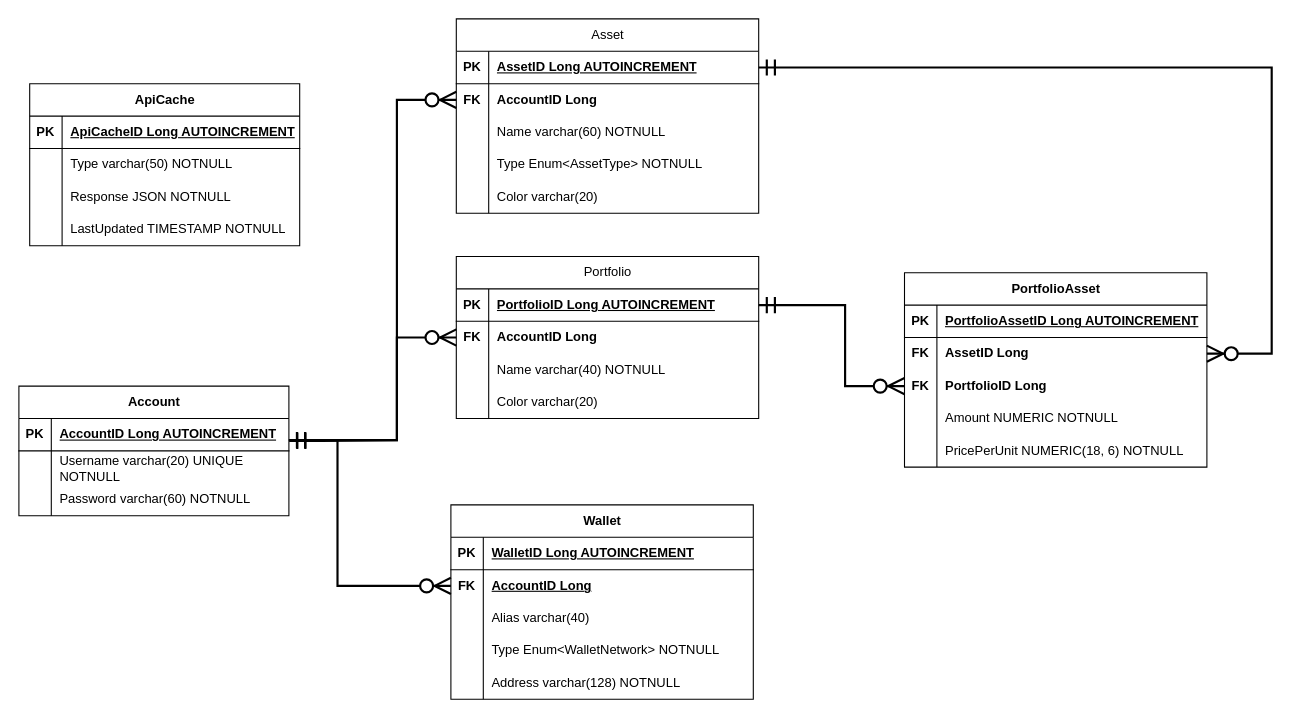
Above: page "ERD" (2 of 4) of documentation/diagrams/Panoptium.drawio in Rozhkov109/panoptium (draw.io), before the change. Source tidied: cells renumbered, new cells numbered last; positions are measured from the earlier drawing's top-left corner, leaving out a move shared by most shapes. Both pictures are drawn from the tidied source at 108%, with x=0, y=0 at pixel (18, 18).
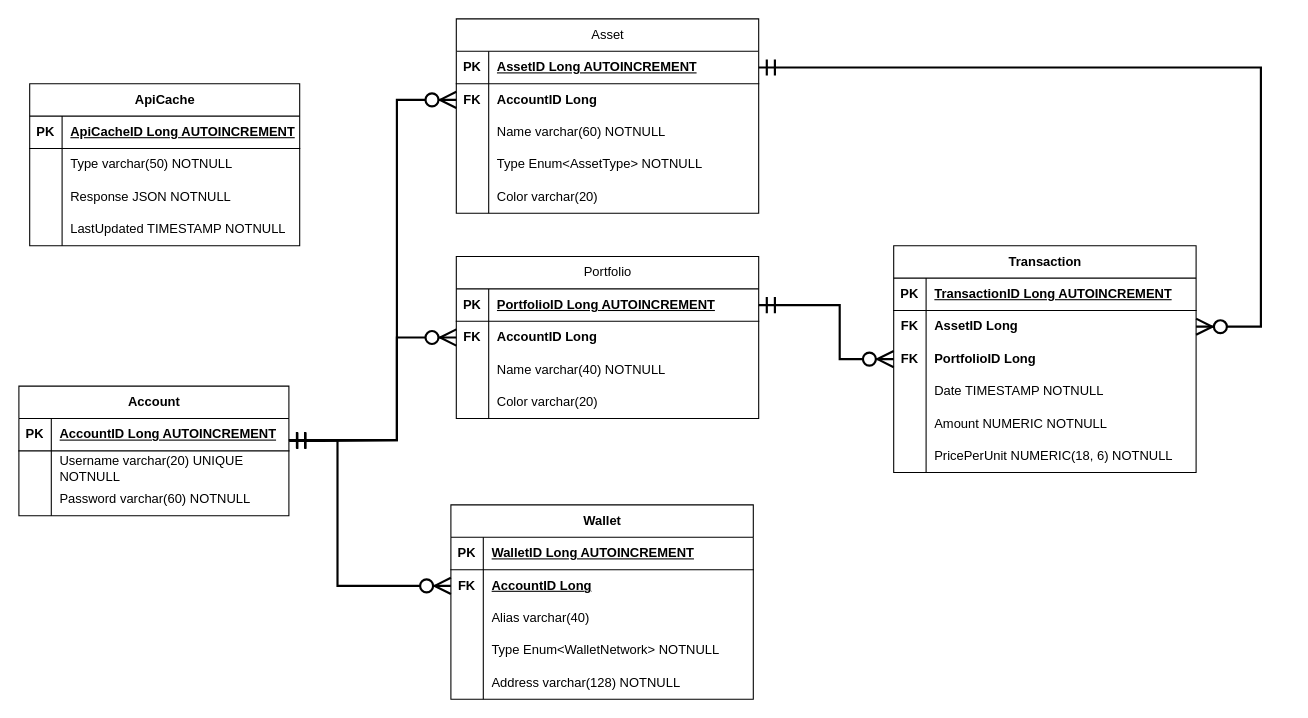
The same diagram, later.

Unchanged cells that the change refers to:
```xml
<mxCell id="3" style="shape=tableRow;horizontal=0;startSize=0;swimlaneHead=0;swimlaneBody=0;fillColor=none;points=[[0,0.5],[1,0.5]];portConstraint=eastwest;top=0;left=0;right=0;bottom=1;" parent="2" vertex="1">
  <mxGeometry y="30" width="250" height="30" as="geometry" />
</mxCell>
<mxCell id="42" style="shape=tableRow;horizontal=0;startSize=0;swimlaneHead=0;swimlaneBody=0;fillColor=none;points=[[0,0.5],[1,0.5]];portConstraint=eastwest;top=0;left=0;right=0;bottom=1;" parent="41" vertex="1">
  <mxGeometry y="30" width="280" height="30" as="geometry" />
</mxCell>
<mxCell id="55" style="shape=tableRow;horizontal=0;startSize=0;swimlaneHead=0;swimlaneBody=0;fillColor=none;points=[[0,0.5],[1,0.5]];portConstraint=eastwest;top=0;left=0;right=0;bottom=1;" parent="54" vertex="1">
  <mxGeometry y="30" width="280" height="30" as="geometry" />
</mxCell>
<mxCell id="58" style="shape=tableRow;horizontal=0;startSize=0;swimlaneHead=0;swimlaneBody=0;fillColor=none;points=[[0,0.5],[1,0.5]];portConstraint=eastwest;top=0;left=0;right=0;bottom=0;" parent="54" vertex="1">
  <mxGeometry y="60" width="280" height="30" as="geometry" />
</mxCell>
```

What changed in the source:
```diff
@@
     <mxCell id="70" style="edgeStyle=orthogonalEdgeStyle;fontSize=12;html=1;endArrow=ERzeroToMany;startArrow=ERmandOne;rounded=0;endSize=12;startSize=12;strokeWidth=2;exitX=1;exitY=0.5;exitDx=0;exitDy=0;entryX=1;entryY=0.5;entryDx=0;entryDy=0;" parent="1" edge="1" source="55" target="77">
       <mxGeometry relative="1" as="geometry">
         <Array as="points">
-          <mxPoint x="1160" y="45" />
-          <mxPoint x="1160" y="310" />
+          <mxPoint x="1150" y="45" />
+          <mxPoint x="1150" y="285" />
         </Array>
       </mxGeometry>
     </mxCell>
@@
-    <mxCell id="73" value="&lt;b&gt;PortfolioAsset&lt;/b&gt;" style="shape=table;startSize=30;childLayout=tableLayout;rowLines=0;fontStyle=0;align=center;html=1;" parent="1" vertex="1">
-      <mxGeometry x="820" y="235" width="280" height="180" as="geometry" />
-    </mxCell>
+    <mxCell id="90" style="edgeStyle=orthogonalEdgeStyle;fontSize=12;html=1;endArrow=ERzeroToMany;startArrow=ERmandOne;rounded=0;exitX=1.001;exitY=0.691;exitDx=0;exitDy=0;entryX=0;entryY=0.5;entryDx=0;entryDy=0;endSize=12;startSize=12;strokeWidth=2;exitPerimeter=0;" parent="1" edge="1" source="3" target="58">
+      <mxGeometry relative="1" as="geometry">
+        <Array as="points">
+          <mxPoint x="280" y="391" />
+          <mxPoint x="350" y="390" />
+          <mxPoint x="350" y="55" />
+        </Array>
+      </mxGeometry>
+    </mxCell>
+    <mxCell id="91" value="&lt;b&gt;Transaction&lt;/b&gt;" style="shape=table;startSize=30;childLayout=tableLayout;rowLines=0;fontStyle=0;align=center;html=1;" parent="1" vertex="1">
+      <mxGeometry x="810" y="210" width="280" height="210" as="geometry" />
+    </mxCell>
-    <mxCell id="74" style="shape=tableRow;horizontal=0;startSize=0;swimlaneHead=0;swimlaneBody=0;fillColor=none;top=0;left=0;right=0;bottom=1;" parent="73" vertex="1">
+    <mxCell id="74" style="shape=tableRow;horizontal=0;startSize=0;swimlaneHead=0;swimlaneBody=0;fillColor=none;top=0;left=0;right=0;bottom=1;" parent="91" vertex="1">
       <mxGeometry y="30" width="280" height="30" as="geometry" />
     </mxCell>
@@
-    <mxCell id="76" value="PortfolioAssetID Long AUTOINCREMENT" style="shape=partialRectangle;fillColor=none;top=0;left=0;bottom=0;right=0;align=left;spacingLeft=6;fontStyle=5;overflow=hidden;whiteSpace=wrap;html=1;" parent="74" vertex="1">
-      <mxGeometry x="30" width="250" height="30" as="geometry" />
-    </mxCell>
+    <mxCell id="92" value="TransactionID Long AUTOINCREMENT" style="shape=partialRectangle;fillColor=none;top=0;left=0;bottom=0;right=0;align=left;spacingLeft=6;fontStyle=5;overflow=hidden;whiteSpace=wrap;html=1;" parent="74" vertex="1">
+      <mxGeometry x="30" width="250" height="30" as="geometry" />
+    </mxCell>
-    <mxCell id="77" style="shape=tableRow;horizontal=0;startSize=0;swimlaneHead=0;swimlaneBody=0;fillColor=none;points=[[0,0.5],[1,0.5]];portConstraint=eastwest;top=0;left=0;right=0;bottom=0;" parent="73" vertex="1">
+    <mxCell id="77" style="shape=tableRow;horizontal=0;startSize=0;swimlaneHead=0;swimlaneBody=0;fillColor=none;points=[[0,0.5],[1,0.5]];portConstraint=eastwest;top=0;left=0;right=0;bottom=0;" parent="91" vertex="1">
       <mxGeometry y="60" width="280" height="30" as="geometry" />
     </mxCell>
-    <mxCell id="78" value="&lt;b&gt;FK&lt;/b&gt;" style="shape=partialRectangle;fillColor=none;top=0;left=0;bottom=0;right=0;overflow=hidden;whiteSpace=wrap;html=1;" parent="77" vertex="1">
-      <mxGeometry width="30" height="30" as="geometry" />
-    </mxCell>
+    <mxCell id="93" value="&lt;b&gt;FK&lt;/b&gt;" style="shape=partialRectangle;fillColor=none;top=0;left=0;bottom=0;right=0;overflow=hidden;whiteSpace=wrap;html=1;" parent="77" vertex="1">
+      <mxGeometry width="30" height="30" as="geometry" />
+    </mxCell>
@@
-    <mxCell id="80" style="shape=tableRow;horizontal=0;startSize=0;swimlaneHead=0;swimlaneBody=0;fillColor=none;points=[[0,0.5],[1,0.5]];portConstraint=eastwest;top=0;left=0;right=0;bottom=0;fontStyle=1;" parent="73" vertex="1">
+    <mxCell id="80" style="shape=tableRow;horizontal=0;startSize=0;swimlaneHead=0;swimlaneBody=0;fillColor=none;points=[[0,0.5],[1,0.5]];portConstraint=eastwest;top=0;left=0;right=0;bottom=0;fontStyle=1;" parent="91" vertex="1">
       <mxGeometry y="90" width="280" height="30" as="geometry" />
     </mxCell>
-    <mxCell id="81" value="&lt;b&gt;FK&lt;/b&gt;" style="shape=partialRectangle;fillColor=none;top=0;left=0;bottom=0;right=0;overflow=hidden;whiteSpace=wrap;html=1;" parent="80" vertex="1">
-      <mxGeometry width="30" height="30" as="geometry" />
-    </mxCell>
+    <mxCell id="94" value="&lt;b&gt;FK&lt;/b&gt;" style="shape=partialRectangle;fillColor=none;top=0;left=0;bottom=0;right=0;overflow=hidden;whiteSpace=wrap;html=1;" parent="80" vertex="1">
+      <mxGeometry width="30" height="30" as="geometry" />
+    </mxCell>
@@
-    <mxCell id="83" style="shape=tableRow;horizontal=0;startSize=0;swimlaneHead=0;swimlaneBody=0;fillColor=none;top=0;left=0;right=0;bottom=0;fontStyle=1;" parent="73" vertex="1">
+    <mxCell id="83" style="shape=tableRow;horizontal=0;startSize=0;swimlaneHead=0;swimlaneBody=0;fillColor=none;top=0;left=0;right=0;bottom=0;fontStyle=1;" parent="91" vertex="1">
       <mxGeometry y="120" width="280" height="30" as="geometry" />
     </mxCell>
-    <mxCell id="84" style="shape=partialRectangle;fillColor=none;top=0;left=0;bottom=0;right=0;overflow=hidden;whiteSpace=wrap;html=1;" parent="83" vertex="1">
-      <mxGeometry width="30" height="30" as="geometry" />
-    </mxCell>
+    <mxCell id="95" style="shape=partialRectangle;fillColor=none;top=0;left=0;bottom=0;right=0;overflow=hidden;whiteSpace=wrap;html=1;" parent="83" vertex="1">
+      <mxGeometry width="30" height="30" as="geometry" />
+    </mxCell>
+    <mxCell id="96" value="Date TIMESTAMP NOTNULL" style="shape=partialRectangle;fillColor=none;top=0;left=0;bottom=0;right=0;align=left;spacingLeft=6;overflow=hidden;whiteSpace=wrap;html=1;" parent="83" vertex="1">
+      <mxGeometry x="30" width="250" height="30" as="geometry" />
+    </mxCell>
+    <mxCell id="86" style="shape=tableRow;horizontal=0;startSize=0;swimlaneHead=0;swimlaneBody=0;fillColor=none;top=0;left=0;right=0;bottom=0;fontStyle=1;" parent="91" vertex="1">
+      <mxGeometry y="150" width="280" height="30" as="geometry" />
+    </mxCell>
+    <mxCell id="97" style="shape=partialRectangle;fillColor=none;top=0;left=0;bottom=0;right=0;overflow=hidden;whiteSpace=wrap;html=1;" parent="86" vertex="1">
+      <mxGeometry width="30" height="30" as="geometry" />
+    </mxCell>
-    <mxCell id="85" value="Amount NUMERIC NOTNULL" style="shape=partialRectangle;fillColor=none;top=0;left=0;bottom=0;right=0;align=left;spacingLeft=6;overflow=hidden;whiteSpace=wrap;html=1;" parent="83" vertex="1">
+    <mxCell id="85" value="Amount NUMERIC NOTNULL" style="shape=partialRectangle;fillColor=none;top=0;left=0;bottom=0;right=0;align=left;spacingLeft=6;overflow=hidden;whiteSpace=wrap;html=1;" parent="86" vertex="1">
       <mxGeometry x="30" width="250" height="30" as="geometry" />
     </mxCell>
-    <mxCell id="86" style="shape=tableRow;horizontal=0;startSize=0;swimlaneHead=0;swimlaneBody=0;fillColor=none;top=0;left=0;right=0;bottom=0;fontStyle=1;" parent="73" vertex="1">
-      <mxGeometry y="150" width="280" height="30" as="geometry" />
-    </mxCell>
-    <mxCell id="87" style="shape=partialRectangle;fillColor=none;top=0;left=0;bottom=0;right=0;overflow=hidden;whiteSpace=wrap;html=1;" parent="86" vertex="1">
-      <mxGeometry width="30" height="30" as="geometry" />
-    </mxCell>
+    <mxCell id="98" style="shape=tableRow;horizontal=0;startSize=0;swimlaneHead=0;swimlaneBody=0;fillColor=none;top=0;left=0;right=0;bottom=0;fontStyle=1;" parent="91" vertex="1">
+      <mxGeometry y="180" width="280" height="30" as="geometry" />
+    </mxCell>
+    <mxCell id="99" style="shape=partialRectangle;fillColor=none;top=0;left=0;bottom=0;right=0;overflow=hidden;whiteSpace=wrap;html=1;" parent="98" vertex="1">
+      <mxGeometry width="30" height="30" as="geometry" />
+    </mxCell>
-    <mxCell id="88" value="PricePerUnit NUMERIC(18, 6) NOTNULL" style="shape=partialRectangle;fillColor=none;top=0;left=0;bottom=0;right=0;align=left;spacingLeft=6;overflow=hidden;whiteSpace=wrap;html=1;" parent="86" vertex="1">
+    <mxCell id="88" value="PricePerUnit NUMERIC(18, 6) NOTNULL" style="shape=partialRectangle;fillColor=none;top=0;left=0;bottom=0;right=0;align=left;spacingLeft=6;overflow=hidden;whiteSpace=wrap;html=1;" parent="98" vertex="1">
       <mxGeometry x="30" width="250" height="30" as="geometry" />
     </mxCell>
     <mxCell id="89" style="edgeStyle=orthogonalEdgeStyle;fontSize=12;html=1;endArrow=ERzeroToMany;startArrow=ERmandOne;rounded=0;endSize=12;startSize=12;strokeWidth=2;exitX=1;exitY=0.5;exitDx=0;exitDy=0;entryX=0;entryY=0.5;entryDx=0;entryDy=0;" parent="1" edge="1" source="42" target="80">
       <mxGeometry relative="1" as="geometry">
         <Array as="points">
-          <mxPoint x="765" y="265" />
-          <mxPoint x="765" y="340" />
+          <mxPoint x="760" y="265" />
+          <mxPoint x="760" y="315" />
         </Array>
       </mxGeometry>
     </mxCell>
-    <mxCell id="90" style="edgeStyle=orthogonalEdgeStyle;fontSize=12;html=1;endArrow=ERzeroToMany;startArrow=ERmandOne;rounded=0;exitX=1.001;exitY=0.691;exitDx=0;exitDy=0;entryX=0;entryY=0.5;entryDx=0;entryDy=0;endSize=12;startSize=12;strokeWidth=2;exitPerimeter=0;" parent="1" edge="1" source="3" target="58">
-      <mxGeometry relative="1" as="geometry">
-        <Array as="points">
-          <mxPoint x="280" y="391" />
-          <mxPoint x="350" y="390" />
-          <mxPoint x="350" y="55" />
-        </Array>
-      </mxGeometry>
-    </mxCell>
```
